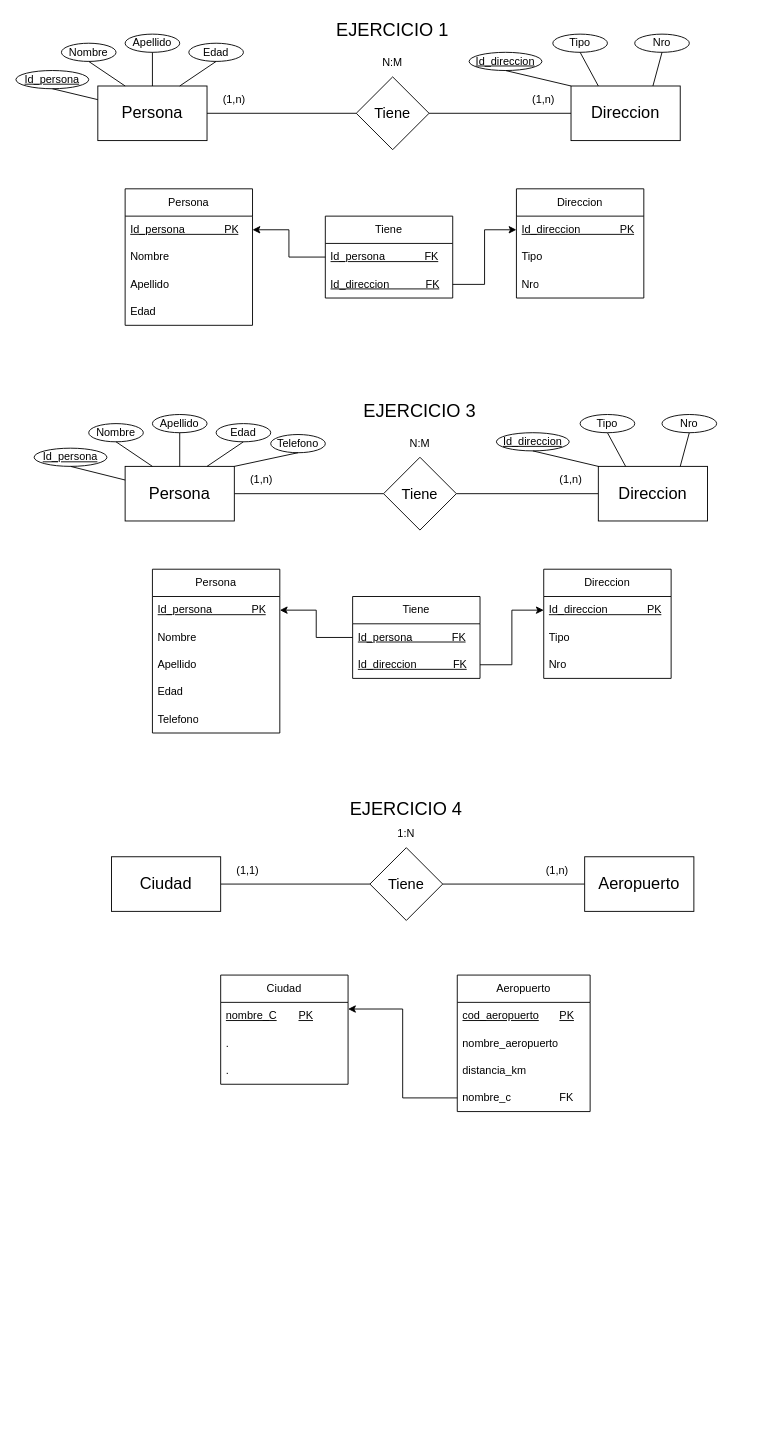
Earlier version of the draw.io diagram Diagramas-Ejercicios-BD.drawio (CGMarval/BAE). Source tidied: cells renumbered, new cells numbered last; positions are measured from the earlier drawing's top-left corner, leaving out a move shared by most shapes. Both pictures are drawn from the tidied source at 91%, with x=0, y=0 at pixel (15, 15).
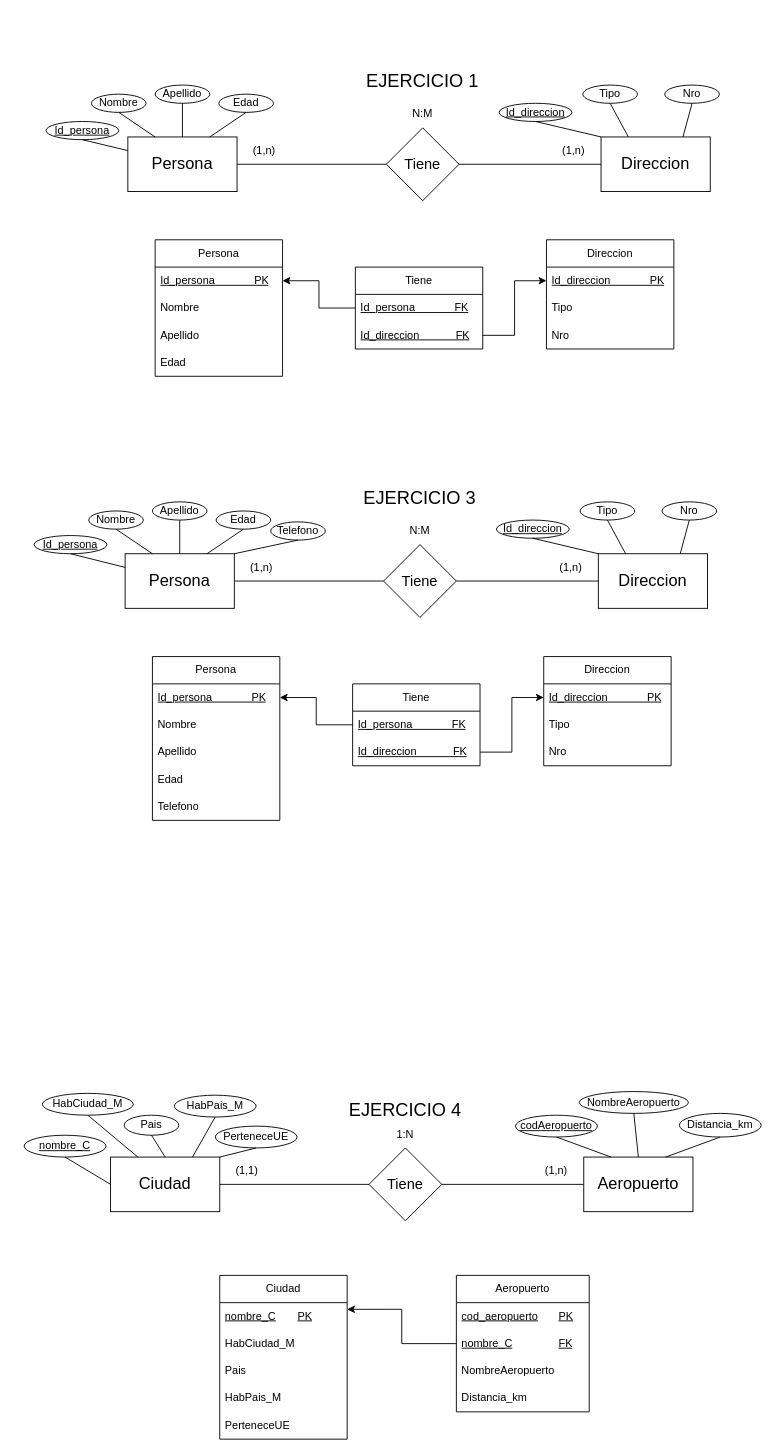
The same diagram, later.

The edit, as a diff of the source:
```diff
@@
     <mxCell id="3" value="&lt;font style=&quot;font-size: 18px;&quot;&gt;Persona&lt;/font&gt;" style="rounded=0;whiteSpace=wrap;html=1;" parent="1" vertex="1">
-      <mxGeometry x="90" y="77" width="120" height="60" as="geometry" />
+      <mxGeometry x="123" y="133" width="120" height="60" as="geometry" />
     </mxCell>
@@
     <mxCell id="5" value="&lt;font style=&quot;font-size: 16px;&quot;&gt;Tiene&lt;/font&gt;" style="rhombus;whiteSpace=wrap;html=1;" parent="1" vertex="1">
-      <mxGeometry x="374" y="67" width="80" height="80" as="geometry" />
+      <mxGeometry x="407" y="123" width="80" height="80" as="geometry" />
     </mxCell>
     <mxCell id="6" value="&lt;font style=&quot;font-size: 18px;&quot;&gt;Direccion&lt;/font&gt;" style="rounded=0;whiteSpace=wrap;html=1;" parent="1" vertex="1">
-      <mxGeometry x="610" y="77" width="120" height="60" as="geometry" />
+      <mxGeometry x="643" y="133" width="120" height="60" as="geometry" />
     </mxCell>
     <mxCell id="7" value="(1,n)" style="text;html=1;strokeColor=none;fillColor=none;align=center;verticalAlign=middle;whiteSpace=wrap;rounded=0;" parent="1" vertex="1">
-      <mxGeometry x="550" y="77" width="60" height="30" as="geometry" />
+      <mxGeometry x="583" y="133" width="60" height="30" as="geometry" />
     </mxCell>
     <mxCell id="8" value="(1,n)" style="text;html=1;strokeColor=none;fillColor=none;align=center;verticalAlign=middle;whiteSpace=wrap;rounded=0;" parent="1" vertex="1">
-      <mxGeometry x="210" y="77" width="60" height="30" as="geometry" />
+      <mxGeometry x="243" y="133" width="60" height="30" as="geometry" />
     </mxCell>
     <mxCell id="9" value="N:M" style="text;html=1;strokeColor=none;fillColor=none;align=center;verticalAlign=middle;whiteSpace=wrap;rounded=0;" parent="1" vertex="1">
-      <mxGeometry x="384" y="37" width="60" height="30" as="geometry" />
+      <mxGeometry x="417" y="93" width="60" height="30" as="geometry" />
     </mxCell>
@@
     <mxCell id="11" value="&lt;font style=&quot;font-size: 18px;&quot;&gt;Ciudad&lt;/font&gt;" style="rounded=0;whiteSpace=wrap;html=1;" parent="1" vertex="1">
-      <mxGeometry x="105" y="924" width="120" height="60" as="geometry" />
+      <mxGeometry x="104" y="1254" width="120" height="60" as="geometry" />
     </mxCell>
@@
     <mxCell id="13" value="&lt;font style=&quot;font-size: 16px;&quot;&gt;Tiene&lt;/font&gt;" style="rhombus;whiteSpace=wrap;html=1;" parent="1" vertex="1">
-      <mxGeometry x="389" y="914" width="80" height="80" as="geometry" />
+      <mxGeometry x="388" y="1244" width="80" height="80" as="geometry" />
     </mxCell>
     <mxCell id="14" value="&lt;font style=&quot;font-size: 18px;&quot;&gt;Aeropuerto&lt;/font&gt;" style="rounded=0;whiteSpace=wrap;html=1;" parent="1" vertex="1">
-      <mxGeometry x="625" y="924" width="120" height="60" as="geometry" />
+      <mxGeometry x="624" y="1254" width="120" height="60" as="geometry" />
     </mxCell>
     <mxCell id="15" value="(1,n)" style="text;html=1;strokeColor=none;fillColor=none;align=center;verticalAlign=middle;whiteSpace=wrap;rounded=0;" parent="1" vertex="1">
-      <mxGeometry x="565" y="924" width="60" height="30" as="geometry" />
+      <mxGeometry x="564" y="1254" width="60" height="30" as="geometry" />
     </mxCell>
     <mxCell id="16" value="(1,1)" style="text;html=1;strokeColor=none;fillColor=none;align=center;verticalAlign=middle;whiteSpace=wrap;rounded=0;" parent="1" vertex="1">
-      <mxGeometry x="225" y="924" width="60" height="30" as="geometry" />
+      <mxGeometry x="224" y="1254" width="60" height="30" as="geometry" />
     </mxCell>
     <mxCell id="17" value="1:N" style="text;html=1;strokeColor=none;fillColor=none;align=center;verticalAlign=middle;whiteSpace=wrap;rounded=0;" parent="1" vertex="1">
-      <mxGeometry x="399" y="884" width="60" height="30" as="geometry" />
+      <mxGeometry x="398" y="1214" width="60" height="30" as="geometry" />
     </mxCell>
     <mxCell id="18" value="Ciudad" style="swimlane;fontStyle=0;horizontal=1;startSize=30;whiteSpace=wrap;html=1;" parent="1" vertex="1">
-      <mxGeometry x="225" y="1054" width="140" height="120" as="geometry" />
+      <mxGeometry x="224" y="1384" width="140" height="180" as="geometry" />
     </mxCell>
@@
-    <mxCell id="20" value="." style="text;strokeColor=none;fillColor=none;align=left;verticalAlign=middle;spacingLeft=4;spacingRight=4;overflow=hidden;whiteSpace=wrap;html=1;" parent="18" vertex="1">
+    <mxCell id="20" value="HabCiudad_M" style="text;strokeColor=none;fillColor=none;align=left;verticalAlign=middle;spacingLeft=4;spacingRight=4;overflow=hidden;whiteSpace=wrap;html=1;" parent="18" vertex="1">
       <mxGeometry y="60" width="140" height="30" as="geometry" />
     </mxCell>
-    <mxCell id="21" value="." style="text;strokeColor=none;fillColor=none;align=left;verticalAlign=middle;spacingLeft=4;spacingRight=4;overflow=hidden;whiteSpace=wrap;html=1;" parent="18" vertex="1">
+    <mxCell id="21" value="Pais" style="text;strokeColor=none;fillColor=none;align=left;verticalAlign=middle;spacingLeft=4;spacingRight=4;overflow=hidden;whiteSpace=wrap;html=1;" parent="18" vertex="1">
       <mxGeometry y="90" width="140" height="30" as="geometry" />
     </mxCell>
+    <mxCell id="98" value="HabPais_M" style="text;strokeColor=none;fillColor=none;align=left;verticalAlign=middle;spacingLeft=4;spacingRight=4;overflow=hidden;whiteSpace=wrap;html=1;" parent="18" vertex="1">
+      <mxGeometry y="120" width="140" height="30" as="geometry" />
+    </mxCell>
+    <mxCell id="99" value="PerteneceUE" style="text;strokeColor=none;fillColor=none;align=left;verticalAlign=middle;spacingLeft=4;spacingRight=4;overflow=hidden;whiteSpace=wrap;html=1;" parent="18" vertex="1">
+      <mxGeometry y="150" width="140" height="30" as="geometry" />
+    </mxCell>
     <mxCell id="22" value="Aeropuerto" style="swimlane;fontStyle=0;horizontal=1;startSize=30;whiteSpace=wrap;html=1;" parent="1" vertex="1">
-      <mxGeometry x="485" y="1054" width="146" height="150" as="geometry" />
+      <mxGeometry x="484" y="1384" width="146" height="150" as="geometry" />
     </mxCell>
@@
+    <mxCell id="26" value="nombre_C&lt;span style=&quot;white-space: pre;&quot;&gt;&#9;&lt;/span&gt;&lt;span style=&quot;white-space: pre;&quot;&gt;&#9;&lt;/span&gt;FK" style="text;strokeColor=none;fillColor=none;align=left;verticalAlign=middle;spacingLeft=4;spacingRight=4;overflow=hidden;points=[[0,0.5],[1,0.5]];portConstraint=eastwest;whiteSpace=wrap;html=1;fontStyle=4;" parent="22" vertex="1">
+      <mxGeometry y="60" width="146" height="30" as="geometry" />
+    </mxCell>
-    <mxCell id="24" value="nombre_aeropuerto" style="text;strokeColor=none;fillColor=none;align=left;verticalAlign=middle;spacingLeft=4;spacingRight=4;overflow=hidden;whiteSpace=wrap;html=1;" parent="22" vertex="1">
-      <mxGeometry y="60" width="146" height="30" as="geometry" />
+    <mxCell id="24" value="NombreAeropuerto" style="text;strokeColor=none;fillColor=none;align=left;verticalAlign=middle;spacingLeft=4;spacingRight=4;overflow=hidden;whiteSpace=wrap;html=1;" parent="22" vertex="1">
+      <mxGeometry y="90" width="146" height="30" as="geometry" />
     </mxCell>
-    <mxCell id="25" value="distancia_km" style="text;strokeColor=none;fillColor=none;align=left;verticalAlign=middle;spacingLeft=4;spacingRight=4;overflow=hidden;whiteSpace=wrap;html=1;" parent="22" vertex="1">
-      <mxGeometry y="90" width="146" height="30" as="geometry" />
+    <mxCell id="25" value="Distancia_km" style="text;strokeColor=none;fillColor=none;align=left;verticalAlign=middle;spacingLeft=4;spacingRight=4;overflow=hidden;whiteSpace=wrap;html=1;" parent="22" vertex="1">
+      <mxGeometry y="120" width="146" height="30" as="geometry" />
     </mxCell>
-    <mxCell id="26" value="nombre_c&lt;span style=&quot;white-space: pre;&quot;&gt;&#9;&lt;/span&gt;&lt;span style=&quot;white-space: pre;&quot;&gt;&#9;&lt;/span&gt;FK" style="text;strokeColor=none;fillColor=none;align=left;verticalAlign=middle;spacingLeft=4;spacingRight=4;overflow=hidden;points=[[0,0.5],[1,0.5]];portConstraint=eastwest;whiteSpace=wrap;html=1;" parent="22" vertex="1">
-      <mxGeometry y="120" width="146" height="30" as="geometry" />
-    </mxCell>
@@
     <mxCell id="28" value="&lt;font style=&quot;font-size: 20px;&quot;&gt;EJERCICIO 4&lt;/font&gt;" style="text;html=1;strokeColor=none;fillColor=none;align=center;verticalAlign=middle;whiteSpace=wrap;rounded=0;" parent="1" vertex="1">
-      <mxGeometry x="355" y="856" width="148" height="30" as="geometry" />
+      <mxGeometry x="354" y="1186" width="148" height="30" as="geometry" />
     </mxCell>
     <mxCell id="29" value="&lt;font style=&quot;font-size: 20px;&quot;&gt;EJERCICIO 1&lt;/font&gt;" style="text;html=1;strokeColor=none;fillColor=none;align=center;verticalAlign=middle;whiteSpace=wrap;rounded=0;" parent="1" vertex="1">
-      <mxGeometry x="340" width="148" height="30" as="geometry" />
+      <mxGeometry x="373" y="56" width="148" height="30" as="geometry" />
     </mxCell>
     <mxCell id="30" value="Persona" style="swimlane;fontStyle=0;horizontal=1;startSize=30;whiteSpace=wrap;html=1;" parent="1" vertex="1">
-      <mxGeometry x="120" y="190" width="140" height="150" as="geometry" />
+      <mxGeometry x="153" y="246" width="140" height="150" as="geometry" />
     </mxCell>
@@
     <mxCell id="35" value="Nombre" style="ellipse;whiteSpace=wrap;html=1;" parent="1" vertex="1">
-      <mxGeometry x="50" y="30" width="60" height="20" as="geometry" />
+      <mxGeometry x="83" y="86" width="60" height="20" as="geometry" />
     </mxCell>
     <mxCell id="36" value="Apellido" style="ellipse;whiteSpace=wrap;html=1;" parent="1" vertex="1">
-      <mxGeometry x="120" y="20" width="60" height="20" as="geometry" />
+      <mxGeometry x="153" y="76" width="60" height="20" as="geometry" />
     </mxCell>
     <mxCell id="37" value="Edad" style="ellipse;whiteSpace=wrap;html=1;" parent="1" vertex="1">
-      <mxGeometry x="190" y="30" width="60" height="20" as="geometry" />
+      <mxGeometry x="223" y="86" width="60" height="20" as="geometry" />
     </mxCell>
     <mxCell id="38" value="Tipo" style="ellipse;whiteSpace=wrap;html=1;" parent="1" vertex="1">
-      <mxGeometry x="590" y="20" width="60" height="20" as="geometry" />
+      <mxGeometry x="623" y="76" width="60" height="20" as="geometry" />
     </mxCell>
     <mxCell id="39" value="Nro" style="ellipse;whiteSpace=wrap;html=1;" parent="1" vertex="1">
-      <mxGeometry x="680" y="20" width="60" height="20" as="geometry" />
+      <mxGeometry x="713" y="76" width="60" height="20" as="geometry" />
     </mxCell>
@@
     <mxCell id="45" value="Id_persona" style="ellipse;whiteSpace=wrap;html=1;fontStyle=4;" parent="1" vertex="1">
-      <mxGeometry y="60" width="80" height="20" as="geometry" />
+      <mxGeometry x="33" y="116" width="80" height="20" as="geometry" />
     </mxCell>
@@
     <mxCell id="47" value="Id_direccion" style="ellipse;whiteSpace=wrap;html=1;fontStyle=4;" parent="1" vertex="1">
-      <mxGeometry x="498" y="40" width="80" height="20" as="geometry" />
+      <mxGeometry x="531" y="96" width="80" height="20" as="geometry" />
     </mxCell>
@@
     <mxCell id="49" value="Direccion" style="swimlane;fontStyle=0;horizontal=1;startSize=30;whiteSpace=wrap;html=1;" parent="1" vertex="1">
-      <mxGeometry x="550" y="190" width="140" height="120" as="geometry" />
+      <mxGeometry x="583" y="246" width="140" height="120" as="geometry" />
     </mxCell>
@@
     <mxCell id="53" value="Tiene" style="swimlane;fontStyle=0;horizontal=1;startSize=30;whiteSpace=wrap;html=1;" parent="1" vertex="1">
-      <mxGeometry x="340" y="220" width="140" height="90" as="geometry" />
+      <mxGeometry x="373" y="276" width="140" height="90" as="geometry" />
     </mxCell>
@@
     <mxCell id="59" value="&lt;font style=&quot;font-size: 18px;&quot;&gt;Persona&lt;/font&gt;" style="rounded=0;whiteSpace=wrap;html=1;" parent="1" vertex="1">
-      <mxGeometry x="120" y="495" width="120" height="60" as="geometry" />
+      <mxGeometry x="120" y="591" width="120" height="60" as="geometry" />
     </mxCell>
@@
     <mxCell id="61" value="&lt;font style=&quot;font-size: 16px;&quot;&gt;Tiene&lt;/font&gt;" style="rhombus;whiteSpace=wrap;html=1;" parent="1" vertex="1">
-      <mxGeometry x="404" y="485" width="80" height="80" as="geometry" />
+      <mxGeometry x="404" y="581" width="80" height="80" as="geometry" />
     </mxCell>
     <mxCell id="62" value="&lt;font style=&quot;font-size: 18px;&quot;&gt;Direccion&lt;/font&gt;" style="rounded=0;whiteSpace=wrap;html=1;" parent="1" vertex="1">
-      <mxGeometry x="640" y="495" width="120" height="60" as="geometry" />
+      <mxGeometry x="640" y="591" width="120" height="60" as="geometry" />
     </mxCell>
     <mxCell id="63" value="(1,n)" style="text;html=1;strokeColor=none;fillColor=none;align=center;verticalAlign=middle;whiteSpace=wrap;rounded=0;" parent="1" vertex="1">
-      <mxGeometry x="580" y="495" width="60" height="30" as="geometry" />
+      <mxGeometry x="580" y="591" width="60" height="30" as="geometry" />
     </mxCell>
     <mxCell id="64" value="(1,n)" style="text;html=1;strokeColor=none;fillColor=none;align=center;verticalAlign=middle;whiteSpace=wrap;rounded=0;" parent="1" vertex="1">
-      <mxGeometry x="240" y="495" width="60" height="30" as="geometry" />
+      <mxGeometry x="240" y="591" width="60" height="30" as="geometry" />
     </mxCell>
     <mxCell id="65" value="N:M" style="text;html=1;strokeColor=none;fillColor=none;align=center;verticalAlign=middle;whiteSpace=wrap;rounded=0;" parent="1" vertex="1">
-      <mxGeometry x="414" y="455" width="60" height="30" as="geometry" />
+      <mxGeometry x="414" y="551" width="60" height="30" as="geometry" />
     </mxCell>
     <mxCell id="66" value="&lt;font style=&quot;font-size: 20px;&quot;&gt;EJERCICIO 3&lt;/font&gt;" style="text;html=1;strokeColor=none;fillColor=none;align=center;verticalAlign=middle;whiteSpace=wrap;rounded=0;" parent="1" vertex="1">
-      <mxGeometry x="370" y="418" width="148" height="30" as="geometry" />
+      <mxGeometry x="370" y="514" width="148" height="30" as="geometry" />
     </mxCell>
     <mxCell id="67" value="Persona" style="swimlane;fontStyle=0;horizontal=1;startSize=30;whiteSpace=wrap;html=1;" parent="1" vertex="1">
-      <mxGeometry x="150" y="608" width="140" height="180" as="geometry" />
+      <mxGeometry x="150" y="704" width="140" height="180" as="geometry" />
     </mxCell>
@@
     <mxCell id="73" value="Nombre" style="ellipse;whiteSpace=wrap;html=1;" parent="1" vertex="1">
-      <mxGeometry x="80" y="448" width="60" height="20" as="geometry" />
+      <mxGeometry x="80" y="544" width="60" height="20" as="geometry" />
     </mxCell>
     <mxCell id="74" value="Apellido" style="ellipse;whiteSpace=wrap;html=1;" parent="1" vertex="1">
-      <mxGeometry x="150" y="438" width="60" height="20" as="geometry" />
+      <mxGeometry x="150" y="534" width="60" height="20" as="geometry" />
     </mxCell>
     <mxCell id="75" value="Edad" style="ellipse;whiteSpace=wrap;html=1;" parent="1" vertex="1">
-      <mxGeometry x="220" y="448" width="60" height="20" as="geometry" />
+      <mxGeometry x="220" y="544" width="60" height="20" as="geometry" />
     </mxCell>
     <mxCell id="76" value="Tipo" style="ellipse;whiteSpace=wrap;html=1;" parent="1" vertex="1">
-      <mxGeometry x="620" y="438" width="60" height="20" as="geometry" />
+      <mxGeometry x="620" y="534" width="60" height="20" as="geometry" />
     </mxCell>
     <mxCell id="77" value="Nro" style="ellipse;whiteSpace=wrap;html=1;" parent="1" vertex="1">
-      <mxGeometry x="710" y="438" width="60" height="20" as="geometry" />
+      <mxGeometry x="710" y="534" width="60" height="20" as="geometry" />
     </mxCell>
@@
     <mxCell id="83" value="Id_persona" style="ellipse;whiteSpace=wrap;html=1;fontStyle=4;" parent="1" vertex="1">
-      <mxGeometry x="20" y="475" width="80" height="20" as="geometry" />
+      <mxGeometry x="20" y="571" width="80" height="20" as="geometry" />
     </mxCell>
@@
     <mxCell id="85" value="Id_direccion" style="ellipse;whiteSpace=wrap;html=1;fontStyle=4;" parent="1" vertex="1">
-      <mxGeometry x="528" y="458" width="80" height="20" as="geometry" />
+      <mxGeometry x="528" y="554" width="80" height="20" as="geometry" />
     </mxCell>
@@
     <mxCell id="87" value="Direccion" style="swimlane;fontStyle=0;horizontal=1;startSize=30;whiteSpace=wrap;html=1;" parent="1" vertex="1">
-      <mxGeometry x="580" y="608" width="140" height="120" as="geometry" />
+      <mxGeometry x="580" y="704" width="140" height="120" as="geometry" />
     </mxCell>
@@
     <mxCell id="91" value="Tiene" style="swimlane;fontStyle=0;horizontal=1;startSize=30;whiteSpace=wrap;html=1;" parent="1" vertex="1">
-      <mxGeometry x="370" y="638" width="140" height="90" as="geometry" />
+      <mxGeometry x="370" y="734" width="140" height="90" as="geometry" />
     </mxCell>
@@
     <mxCell id="96" value="Telefono" style="ellipse;whiteSpace=wrap;html=1;" parent="1" vertex="1">
-      <mxGeometry x="280" y="460" width="60" height="20" as="geometry" />
+      <mxGeometry x="280" y="556" width="60" height="20" as="geometry" />
     </mxCell>
@@
+    <mxCell id="100" value="nombre_C" style="ellipse;whiteSpace=wrap;html=1;fontStyle=4;" parent="1" vertex="1">
+      <mxGeometry x="9" y="1230" width="90" height="24" as="geometry" />
+    </mxCell>
+    <mxCell id="101" value="HabCiudad_M" style="ellipse;whiteSpace=wrap;html=1;" parent="1" vertex="1">
+      <mxGeometry x="29" y="1184" width="100" height="24" as="geometry" />
+    </mxCell>
+    <mxCell id="102" value="HabPais_M" style="ellipse;whiteSpace=wrap;html=1;" parent="1" vertex="1">
+      <mxGeometry x="174" y="1186" width="90" height="24" as="geometry" />
+    </mxCell>
+    <mxCell id="103" value="Pais" style="ellipse;whiteSpace=wrap;html=1;" parent="1" vertex="1">
+      <mxGeometry x="119" y="1208" width="60" height="22" as="geometry" />
+    </mxCell>
+    <mxCell id="104" value="PerteneceUE" style="ellipse;whiteSpace=wrap;html=1;" parent="1" vertex="1">
+      <mxGeometry x="219" y="1220" width="90" height="24" as="geometry" />
+    </mxCell>
+    <mxCell id="105" style="endArrow=none;html=1;rounded=0;entryX=0.5;entryY=1;entryDx=0;entryDy=0;exitX=0;exitY=0.5;exitDx=0;exitDy=0;" parent="1" edge="1" source="11" target="100">
+      <mxGeometry relative="1" as="geometry" />
+    </mxCell>
+    <mxCell id="106" style="endArrow=none;html=1;rounded=0;entryX=0.5;entryY=1;entryDx=0;entryDy=0;exitX=0.25;exitY=0;exitDx=0;exitDy=0;" parent="1" edge="1" source="11" target="101">
+      <mxGeometry relative="1" as="geometry" />
+    </mxCell>
+    <mxCell id="107" style="endArrow=none;html=1;rounded=0;entryX=0.5;entryY=1;entryDx=0;entryDy=0;exitX=0.5;exitY=0;exitDx=0;exitDy=0;" parent="1" edge="1" source="11" target="103">
+      <mxGeometry relative="1" as="geometry" />
+    </mxCell>
+    <mxCell id="108" style="endArrow=none;html=1;rounded=0;entryX=0.5;entryY=1;entryDx=0;entryDy=0;exitX=0.75;exitY=0;exitDx=0;exitDy=0;" parent="1" edge="1" source="11" target="102">
+      <mxGeometry relative="1" as="geometry" />
+    </mxCell>
+    <mxCell id="109" style="endArrow=none;html=1;rounded=0;entryX=0.5;entryY=1;entryDx=0;entryDy=0;exitX=1;exitY=0;exitDx=0;exitDy=0;" parent="1" edge="1" source="11" target="104">
+      <mxGeometry relative="1" as="geometry" />
+    </mxCell>
+    <mxCell id="110" value="codAeropuerto" style="ellipse;whiteSpace=wrap;html=1;fontStyle=4;" parent="1" vertex="1">
+      <mxGeometry x="549" y="1208" width="90" height="24" as="geometry" />
+    </mxCell>
+    <mxCell id="111" value="NombreAeropuerto" style="ellipse;whiteSpace=wrap;html=1;" parent="1" vertex="1">
+      <mxGeometry x="619" y="1182" width="120" height="24" as="geometry" />
+    </mxCell>
+    <mxCell id="112" value="Distancia_km" style="ellipse;whiteSpace=wrap;html=1;" parent="1" vertex="1">
+      <mxGeometry x="729" y="1206" width="90" height="26" as="geometry" />
+    </mxCell>
+    <mxCell id="113" style="endArrow=none;html=1;rounded=0;entryX=0.5;entryY=1;entryDx=0;entryDy=0;exitX=0.75;exitY=0;exitDx=0;exitDy=0;" parent="1" edge="1" source="14" target="112">
+      <mxGeometry relative="1" as="geometry" />
+    </mxCell>
+    <mxCell id="114" style="endArrow=none;html=1;rounded=0;entryX=0.5;entryY=1;entryDx=0;entryDy=0;exitX=0.5;exitY=0;exitDx=0;exitDy=0;" parent="1" edge="1" source="14" target="111">
+      <mxGeometry relative="1" as="geometry" />
+    </mxCell>
+    <mxCell id="115" style="endArrow=none;html=1;rounded=0;entryX=0.5;entryY=1;entryDx=0;entryDy=0;exitX=0.25;exitY=0;exitDx=0;exitDy=0;" parent="1" edge="1" source="14" target="110">
+      <mxGeometry relative="1" as="geometry" />
+    </mxCell>
```
